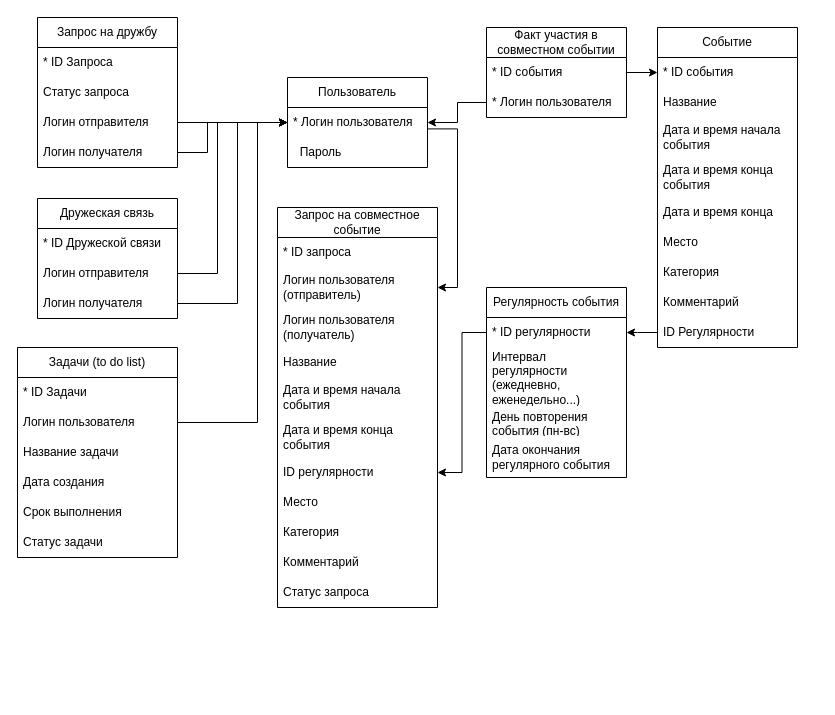
MariaChernokoz/timetable-course-project keeps this draw.io diagram as doc/relational.drawio. Above is the earlier version. Source tidied: cells renumbered, new cells numbered last; positions are measured from the earlier drawing's top-left corner, leaving out a move shared by most shapes. Both pictures are drawn from the tidied source at 100%, with x=0, y=0 at pixel (17, 17).
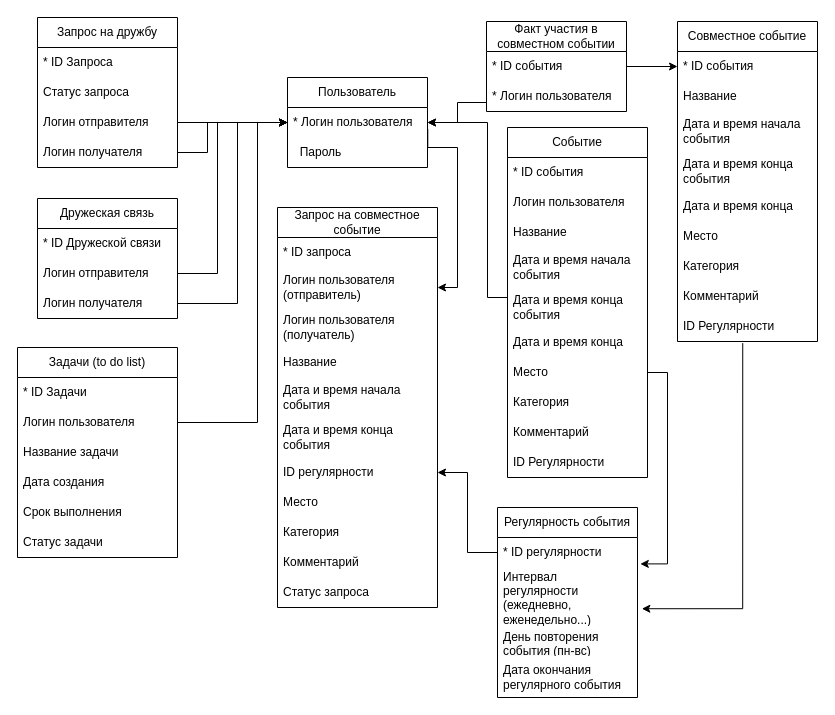
Above is the later version.

The change refers to these unchanged cells:
```xml
<mxCell id="3" value="* Логин пользователя" style="text;strokeColor=none;fillColor=none;align=left;verticalAlign=middle;spacingLeft=4;spacingRight=4;overflow=hidden;points=[[0,0.5],[1,0.5]];portConstraint=eastwest;whiteSpace=wrap;html=1;" parent="2" vertex="1">
  <mxGeometry y="30" width="140" height="30" as="geometry" />
</mxCell>
<mxCell id="18" value="ID Регулярности" style="text;strokeColor=none;fillColor=none;align=left;verticalAlign=middle;spacingLeft=4;spacingRight=4;overflow=hidden;points=[[0,0.5],[1,0.5]];portConstraint=eastwest;whiteSpace=wrap;html=1;" parent="9" vertex="1">
  <mxGeometry y="290" width="140" height="30" as="geometry" />
</mxCell>
<mxCell id="27" value="Логин пользователя (отправитель)" style="text;strokeColor=none;fillColor=none;align=left;verticalAlign=middle;spacingLeft=4;spacingRight=4;overflow=hidden;points=[[0,0.5],[1,0.5]];portConstraint=eastwest;whiteSpace=wrap;html=1;" parent="25" vertex="1">
  <mxGeometry y="60" width="160" height="40" as="geometry" />
</mxCell>
<mxCell id="38" value="* ID регулярности" style="text;strokeColor=none;fillColor=none;align=left;verticalAlign=middle;spacingLeft=4;spacingRight=4;overflow=hidden;points=[[0,0.5],[1,0.5]];portConstraint=eastwest;whiteSpace=wrap;html=1;" parent="37" vertex="1">
  <mxGeometry y="30" width="140" height="30" as="geometry" />
</mxCell>
<mxCell id="39" value="Интервал регулярности (ежедневно, еженедельно...)" style="text;strokeColor=none;fillColor=none;align=left;verticalAlign=middle;spacingLeft=4;spacingRight=4;overflow=hidden;points=[[0,0.5],[1,0.5]];portConstraint=eastwest;whiteSpace=wrap;html=1;" parent="37" vertex="1">
  <mxGeometry y="60" width="140" height="60" as="geometry" />
</mxCell>
```

The edit, as a diff of the source:
```diff
@@
-    <mxCell id="9" value="Событие" style="swimlane;fontStyle=0;horizontal=1;startSize=30;whiteSpace=wrap;html=1;" parent="1" vertex="1">
-      <mxGeometry x="640" y="10" width="140" height="320" as="geometry" />
+    <mxCell id="9" value="Совместное событие" style="swimlane;fontStyle=0;horizontal=1;startSize=30;whiteSpace=wrap;html=1;" parent="1" vertex="1">
+      <mxGeometry x="660" y="4" width="140" height="320" as="geometry" />
     </mxCell>
@@
     <mxCell id="37" value="Регулярность события" style="swimlane;fontStyle=0;horizontal=1;startSize=30;whiteSpace=wrap;html=1;" parent="1" vertex="1">
-      <mxGeometry x="469" y="270" width="140" height="190" as="geometry" />
+      <mxGeometry x="480" y="490" width="140" height="190" as="geometry" />
     </mxCell>
@@
     <mxCell id="42" value="Факт участия в совместном событии" style="swimlane;fontStyle=0;horizontal=1;startSize=30;whiteSpace=wrap;html=1;" parent="1" vertex="1">
-      <mxGeometry x="469" y="10" width="140" height="90" as="geometry" />
+      <mxGeometry x="469" y="4" width="140" height="90" as="geometry" />
     </mxCell>
@@
-    <mxCell id="47" style="edgeStyle=orthogonalEdgeStyle;rounded=0;jettySize=auto;html=1;entryX=1;entryY=0.5;entryDx=0;entryDy=0;exitX=0;exitY=0.5;exitDx=0;exitDy=0;" parent="1" edge="1" source="18" target="38">
+    <mxCell id="47" style="edgeStyle=orthogonalEdgeStyle;rounded=0;jettySize=auto;html=1;entryX=1.031;entryY=0.687;entryDx=0;entryDy=0;exitX=0.466;exitY=1.053;exitDx=0;exitDy=0;exitPerimeter=0;entryPerimeter=0;" parent="1" edge="1" source="18" target="39">
       <mxGeometry relative="1" as="geometry">
         <Array as="points">
-          <mxPoint x="620" y="315" />
-          <mxPoint x="620" y="315" />
+          <mxPoint x="725" y="326" />
+          <mxPoint x="725" y="591" />
         </Array>
       </mxGeometry>
     </mxCell>
     <mxCell id="48" style="edgeStyle=orthogonalEdgeStyle;rounded=0;jettySize=auto;html=1;entryX=1;entryY=0.5;entryDx=0;entryDy=0;exitX=1.002;exitY=0.714;exitDx=0;exitDy=0;exitPerimeter=0;" parent="1" edge="1" source="3" target="27">
       <mxGeometry relative="1" as="geometry">
         <Array as="points">
-          <mxPoint x="440" y="111" />
+          <mxPoint x="410" y="130" />
+          <mxPoint x="440" y="130" />
           <mxPoint x="440" y="270" />
         </Array>
       </mxGeometry>
     </mxCell>
@@
+    <mxCell id="61" value="Событие" style="swimlane;fontStyle=0;horizontal=1;startSize=30;whiteSpace=wrap;html=1;" parent="1" vertex="1">
+      <mxGeometry x="490" y="110" width="140" height="350" as="geometry" />
+    </mxCell>
+    <mxCell id="62" value="* ID события" style="text;strokeColor=none;fillColor=none;align=left;verticalAlign=middle;spacingLeft=4;spacingRight=4;overflow=hidden;whiteSpace=wrap;html=1;" parent="61" vertex="1">
+      <mxGeometry y="30" width="140" height="30" as="geometry" />
+    </mxCell>
+    <mxCell id="63" value="Логин пользователя" style="text;strokeColor=none;fillColor=none;align=left;verticalAlign=middle;spacingLeft=4;spacingRight=4;overflow=hidden;whiteSpace=wrap;html=1;" parent="61" vertex="1">
+      <mxGeometry y="60" width="140" height="30" as="geometry" />
+    </mxCell>
+    <mxCell id="64" value="Название" style="text;strokeColor=none;fillColor=none;align=left;verticalAlign=middle;spacingLeft=4;spacingRight=4;overflow=hidden;whiteSpace=wrap;html=1;" parent="61" vertex="1">
+      <mxGeometry y="90" width="140" height="30" as="geometry" />
+    </mxCell>
+    <mxCell id="65" value="&lt;div&gt;&lt;span style=&quot;background-color: initial;&quot;&gt;Дата и время начала события&lt;/span&gt;&lt;br&gt;&lt;/div&gt;" style="text;strokeColor=none;fillColor=none;align=left;verticalAlign=middle;spacingLeft=4;spacingRight=4;overflow=hidden;whiteSpace=wrap;html=1;" parent="61" vertex="1">
+      <mxGeometry y="120" width="140" height="40" as="geometry" />
+    </mxCell>
+    <mxCell id="66" value="Дата и время конца события" style="text;strokeColor=none;fillColor=none;align=left;verticalAlign=middle;spacingLeft=4;spacingRight=4;overflow=hidden;points=[[0,0.5],[1,0.5]];portConstraint=eastwest;whiteSpace=wrap;html=1;" parent="61" vertex="1">
+      <mxGeometry y="160" width="140" height="40" as="geometry" />
+    </mxCell>
+    <mxCell id="67" value="Дата и время конца" style="text;strokeColor=none;fillColor=none;align=left;verticalAlign=middle;spacingLeft=4;spacingRight=4;overflow=hidden;whiteSpace=wrap;html=1;" parent="61" vertex="1">
+      <mxGeometry y="200" width="140" height="30" as="geometry" />
+    </mxCell>
+    <mxCell id="68" value="Место" style="text;strokeColor=none;fillColor=none;align=left;verticalAlign=middle;spacingLeft=4;spacingRight=4;overflow=hidden;points=[[0,0.5],[1,0.5]];portConstraint=eastwest;whiteSpace=wrap;html=1;" parent="61" vertex="1">
+      <mxGeometry y="230" width="140" height="30" as="geometry" />
+    </mxCell>
+    <mxCell id="69" value="Категория" style="text;strokeColor=none;fillColor=none;align=left;verticalAlign=middle;spacingLeft=4;spacingRight=4;overflow=hidden;whiteSpace=wrap;html=1;" parent="61" vertex="1">
+      <mxGeometry y="260" width="140" height="30" as="geometry" />
+    </mxCell>
+    <mxCell id="70" value="Комментарий" style="text;strokeColor=none;fillColor=none;align=left;verticalAlign=middle;spacingLeft=4;spacingRight=4;overflow=hidden;whiteSpace=wrap;html=1;" parent="61" vertex="1">
+      <mxGeometry y="290" width="140" height="30" as="geometry" />
+    </mxCell>
+    <mxCell id="71" value="ID Регулярности" style="text;strokeColor=none;fillColor=none;align=left;verticalAlign=middle;spacingLeft=4;spacingRight=4;overflow=hidden;whiteSpace=wrap;html=1;" parent="61" vertex="1">
+      <mxGeometry y="320" width="140" height="30" as="geometry" />
+    </mxCell>
+    <mxCell id="72" style="edgeStyle=orthogonalEdgeStyle;rounded=0;jettySize=auto;html=1;exitX=0;exitY=0.5;exitDx=0;exitDy=0;entryX=1;entryY=0.5;entryDx=0;entryDy=0;" parent="1" edge="1" source="66" target="3">
+      <mxGeometry relative="1" as="geometry">
+        <Array as="points">
+          <mxPoint x="470" y="280" />
+          <mxPoint x="470" y="105" />
+        </Array>
+      </mxGeometry>
+    </mxCell>
+    <mxCell id="73" style="edgeStyle=orthogonalEdgeStyle;rounded=0;jettySize=auto;html=1;exitX=1;exitY=0.5;exitDx=0;exitDy=0;entryX=1.02;entryY=-0.06;entryDx=0;entryDy=0;entryPerimeter=0;" parent="1" edge="1" source="68" target="39">
+      <mxGeometry relative="1" as="geometry" />
+    </mxCell>
```
